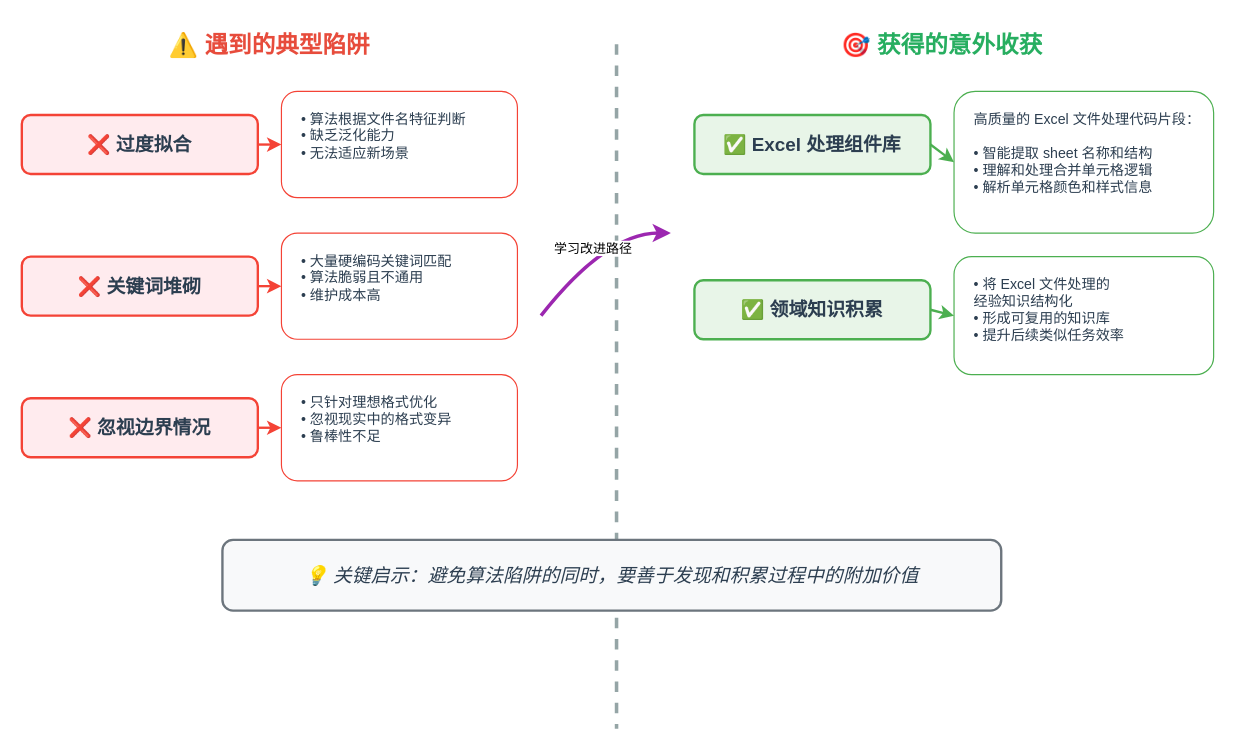
Above: 2025-08-04 cursor meetup/images/optimization-findings.drawio in ronhuafeng/my-public-slides (draw.io), before the change. Source tidied: cells renumbered, new cells numbered last; positions are measured from the earlier drawing's top-left corner, leaving out a move shared by most shapes. Both pictures are drawn from the tidied source at 118%, with x=0, y=0 at pixel (21, 20).
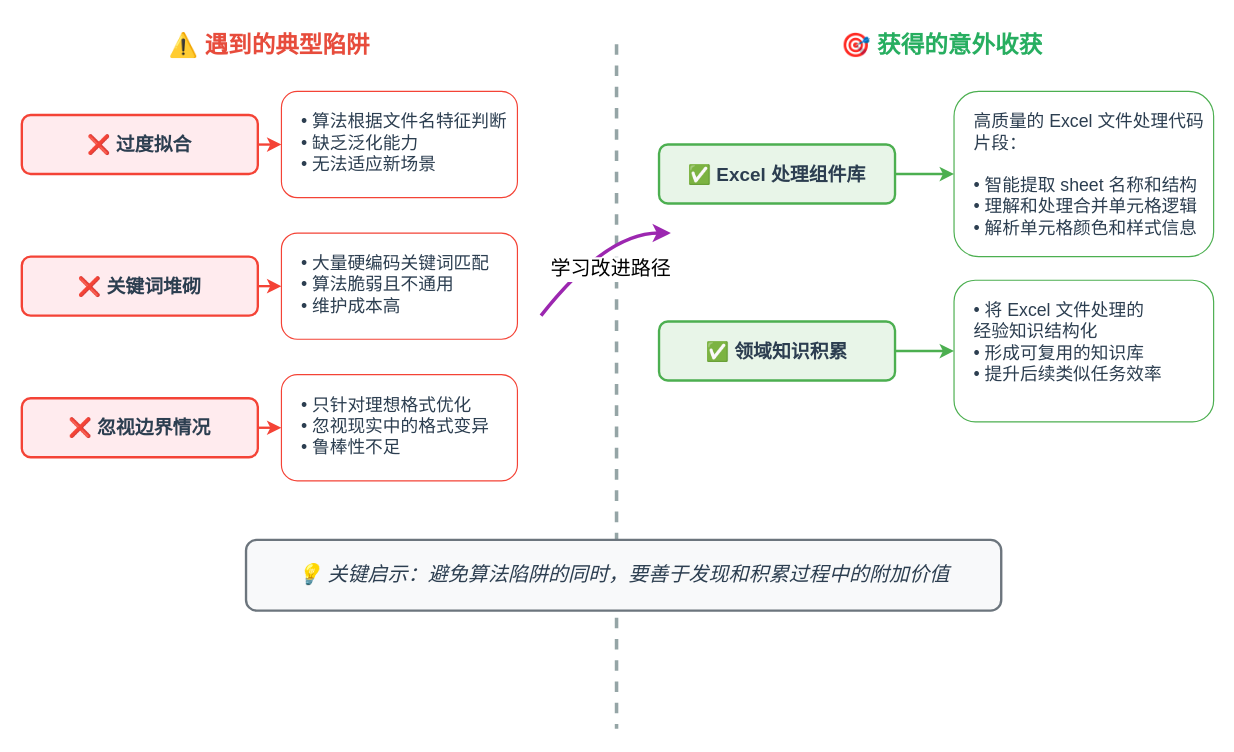
After the change.

Diff of the diagram source:
```diff
@@
-    <mxCell id="5" value="• 算法根据文件名特征判断&#10;• 缺乏泛化能力&#10;• 无法适应新场景" style="rounded=1;whiteSpace=wrap;html=1;fontSize=12;fillColor=#ffffff;strokeColor=#f44336;strokeWidth=1;align=left;verticalAlign=top;spacingLeft=15;spacingTop=10;fontColor=#2c3e50;" parent="1" vertex="1">
+    <mxCell id="5" value="• 算法根据文件名特征判断&#10;• 缺乏泛化能力&#10;• 无法适应新场景" style="rounded=1;whiteSpace=wrap;html=1;fontSize=15;fillColor=#ffffff;strokeColor=#f44336;strokeWidth=1;align=left;verticalAlign=top;spacingLeft=15;spacingTop=10;fontColor=#2c3e50;" parent="1" vertex="1">
       <mxGeometry x="220" y="60" width="200" height="90" as="geometry" />
     </mxCell>
@@
-    <mxCell id="7" value="• 大量硬编码关键词匹配&#10;• 算法脆弱且不通用&#10;• 维护成本高" style="rounded=1;whiteSpace=wrap;html=1;fontSize=12;fillColor=#ffffff;strokeColor=#f44336;strokeWidth=1;align=left;verticalAlign=top;spacingLeft=15;spacingTop=10;fontColor=#2c3e50;" parent="1" vertex="1">
+    <mxCell id="7" value="• 大量硬编码关键词匹配&#10;• 算法脆弱且不通用&#10;• 维护成本高" style="rounded=1;whiteSpace=wrap;html=1;fontSize=15;fillColor=#ffffff;strokeColor=#f44336;strokeWidth=1;align=left;verticalAlign=top;spacingLeft=15;spacingTop=10;fontColor=#2c3e50;" parent="1" vertex="1">
       <mxGeometry x="220" y="180" width="200" height="90" as="geometry" />
     </mxCell>
@@
-    <mxCell id="9" value="• 只针对理想格式优化&#10;• 忽视现实中的格式变异&#10;• 鲁棒性不足" style="rounded=1;whiteSpace=wrap;html=1;fontSize=12;fillColor=#ffffff;strokeColor=#f44336;strokeWidth=1;align=left;verticalAlign=top;spacingLeft=15;spacingTop=10;fontColor=#2c3e50;" parent="1" vertex="1">
+    <mxCell id="9" value="• 只针对理想格式优化&#10;• 忽视现实中的格式变异&#10;• 鲁棒性不足" style="rounded=1;whiteSpace=wrap;html=1;fontSize=15;fillColor=#ffffff;strokeColor=#f44336;strokeWidth=1;align=left;verticalAlign=top;spacingLeft=15;spacingTop=10;fontColor=#2c3e50;" parent="1" vertex="1">
       <mxGeometry x="220" y="300" width="200" height="90" as="geometry" />
     </mxCell>
@@
     <mxCell id="11" value="✅ Excel 处理组件库" style="rounded=1;whiteSpace=wrap;html=1;fontSize=16;fontStyle=1;fillColor=#e8f5e8;strokeColor=#4CAF50;strokeWidth=2;fontColor=#2c3e50;" parent="1" vertex="1">
-      <mxGeometry x="570" y="80" width="200" height="50" as="geometry" />
+      <mxGeometry x="540" y="105" width="200" height="50" as="geometry" />
     </mxCell>
-    <mxCell id="12" value="高质量的 Excel 文件处理代码片段：&#10;&#10;• 智能提取 sheet 名称和结构&#10;• 理解和处理合并单元格逻辑&#10;• 解析单元格颜色和样式信息" style="rounded=1;whiteSpace=wrap;html=1;fontSize=12;fillColor=#ffffff;strokeColor=#4CAF50;strokeWidth=1;align=left;verticalAlign=top;spacingLeft=15;spacingTop=10;fontColor=#2c3e50;" parent="1" vertex="1">
-      <mxGeometry x="790" y="60" width="220" height="120" as="geometry" />
+    <mxCell id="12" value="高质量的 Excel 文件处理代码片段：&#10;&#10;• 智能提取 sheet 名称和结构&#10;• 理解和处理合并单元格逻辑&#10;• 解析单元格颜色和样式信息" style="rounded=1;whiteSpace=wrap;html=1;fontSize=15;fillColor=#ffffff;strokeColor=#4CAF50;strokeWidth=1;align=left;verticalAlign=top;spacingLeft=15;spacingTop=10;fontColor=#2c3e50;" parent="1" vertex="1">
+      <mxGeometry x="790" y="60" width="220" height="140" as="geometry" />
     </mxCell>
     <mxCell id="13" value="✅ 领域知识积累" style="rounded=1;whiteSpace=wrap;html=1;fontSize=16;fontStyle=1;fillColor=#e8f5e8;strokeColor=#4CAF50;strokeWidth=2;fontColor=#2c3e50;" parent="1" vertex="1">
-      <mxGeometry x="570" y="220" width="200" height="50" as="geometry" />
+      <mxGeometry x="540" y="255" width="200" height="50" as="geometry" />
     </mxCell>
-    <mxCell id="14" value="• 将 Excel 文件处理的&#10;  经验知识结构化&#10;• 形成可复用的知识库&#10;• 提升后续类似任务效率" style="rounded=1;whiteSpace=wrap;html=1;fontSize=12;fillColor=#ffffff;strokeColor=#4CAF50;strokeWidth=1;align=left;verticalAlign=top;spacingLeft=15;spacingTop=10;fontColor=#2c3e50;" parent="1" vertex="1">
-      <mxGeometry x="790" y="200" width="220" height="100" as="geometry" />
+    <mxCell id="14" value="• 将 Excel 文件处理的&#10;  经验知识结构化&#10;• 形成可复用的知识库&#10;• 提升后续类似任务效率" style="rounded=1;whiteSpace=wrap;html=1;fontSize=15;fillColor=#ffffff;strokeColor=#4CAF50;strokeWidth=1;align=left;verticalAlign=top;spacingLeft=15;spacingTop=10;fontColor=#2c3e50;" parent="1" vertex="1">
+      <mxGeometry x="790" y="220" width="220" height="120" as="geometry" />
     </mxCell>
@@
-    <mxCell id="20" value="💡 关键启示：避免算法陷阱的同时，要善于发现和积累过程中的附加价值" style="rounded=1;whiteSpace=wrap;html=1;fontSize=16;fillColor=#f8f9fa;strokeColor=#6c757d;strokeWidth=2;fontColor=#2c3e50;align=center;fontStyle=2;" parent="1" vertex="1">
-      <mxGeometry x="170" y="440" width="660" height="60" as="geometry" />
+    <mxCell id="20" value="&lt;font style=&quot;font-size: 17px;&quot;&gt;💡 关键启示：避免算法陷阱的同时，要善于发现和积累过程中的附加价值&lt;/font&gt;" style="rounded=1;whiteSpace=wrap;html=1;fontSize=16;fillColor=#f8f9fa;strokeColor=#6c757d;strokeWidth=2;fontColor=#2c3e50;align=center;fontStyle=2;" parent="1" vertex="1">
+      <mxGeometry x="190" y="440" width="640" height="60" as="geometry" />
     </mxCell>
-    <mxCell id="21" value="学习改进路径" style="endArrow=classic;html=1;rounded=0;strokeColor=#9C27B0;strokeWidth=3;curved=1;exitX=1;exitY=0.5;exitDx=0;exitDy=0;entryX=0;entryY=0.5;entryDx=0;entryDy=0;" parent="1" edge="1">
-      <mxGeometry relative="1" as="geometry">
+    <mxCell id="21" value="学习改进路径" style="endArrow=classic;html=1;rounded=0;strokeColor=#9C27B0;strokeWidth=3;curved=1;exitX=1;exitY=0.5;exitDx=0;exitDy=0;entryX=0;entryY=0.5;entryDx=0;entryDy=0;fontSize=17;" parent="1" edge="1">
+      <mxGeometry x="-0.05" y="-22" relative="1" as="geometry">
         <mxPoint x="440" y="250" as="sourcePoint" />
         <mxPoint x="550" y="180" as="targetPoint" />
         <Array as="points">
           <mxPoint x="495" y="180" />
         </Array>
+        <mxPoint y="1" as="offset" />
       </mxGeometry>
     </mxCell>
```
